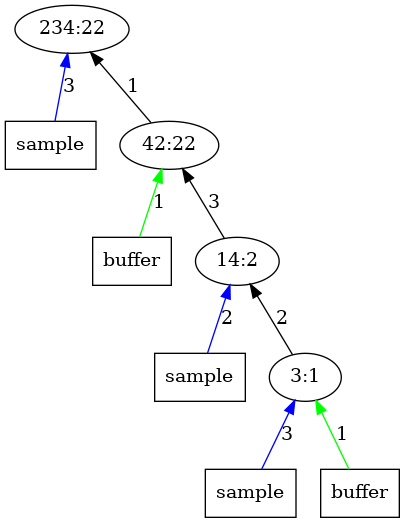
The Graphviz diagram outputImages/op22.png.png in AbhikKhan/MTP_IITG, before a commit. Its source is kept beside it as outputTrees/op22.dot.
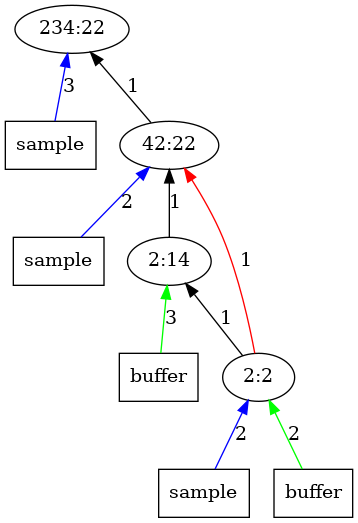
The same diagram one commit later.

Change to the diagram source:
```diff
@@ -3,18 +3,19 @@
 	x11 -> 1 [label = "3", color = "blue"];
 	x11 [label = "sample", shape = "box"];
 	1 [label = "234:22"];
-	x22 -> 2 [label = "1", color = "green"];
-	x22 [label = "buffer", shape = "box"];
 	2 -> 1 [label = "1", color = "black"];
+	x21 -> 2 [label = "2", color = "blue"];
+	x21 [label = "sample", shape = "box"];
 	2 [label = "42:22"];
-	3 -> 2 [label = "3", color = "black"];
-	x31 -> 3 [label = "2", color = "blue"];
-	x31 [label = "sample", shape = "box"];
-	3 [label = "14:2"];
-	4 -> 3 [label = "2", color = "black"];
-	x41 -> 4 [label = "3", color = "blue"];
+	3 -> 2 [label = "1", color = "black"];
+	x32 -> 3 [label = "3", color = "green"];
+	x32 [label = "buffer", shape = "box"];
+	3 [label = "2:14"];
+	4 -> 3 [label = "1", color = "black"];
+	4 -> 2 [label = "1", color = "red"];
+	x41 -> 4 [label = "2", color = "blue"];
 	x41 [label = "sample", shape = "box"];
-	x42 -> 4 [label = "1", color = "green"];
+	x42 -> 4 [label = "2", color = "green"];
 	x42 [label = "buffer", shape = "box"];
-	4 [label = "3:1"];
+	4 [label = "2:2"];
 }
```
